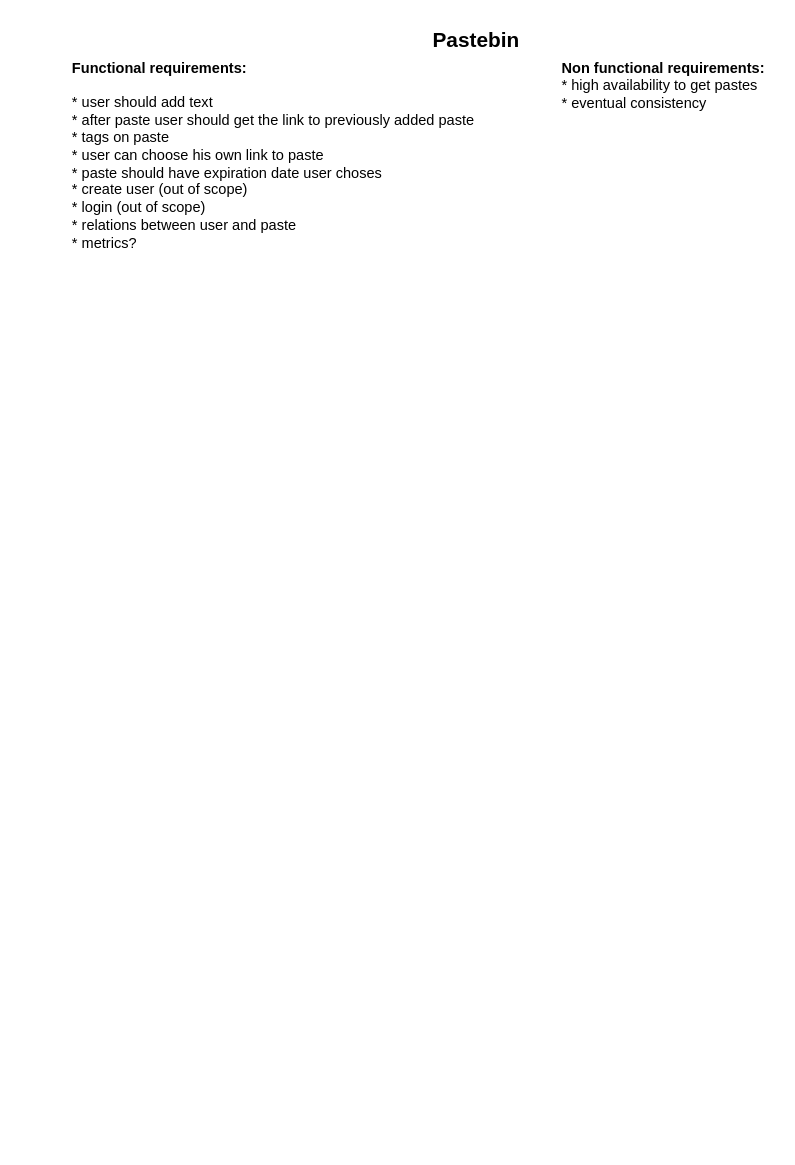
The draw.io diagram src/main/resources/systemDesign/drawio/Pastebin.drawio in yakovshmidt/algo-problems, before the edit. Source tidied: cells renumbered, new cells numbered last; positions are measured from the earlier drawing's top-left corner, leaving out a move shared by most shapes. Both pictures are drawn from the tidied source at 104%, with x=0, y=0 at pixel (59, 18).
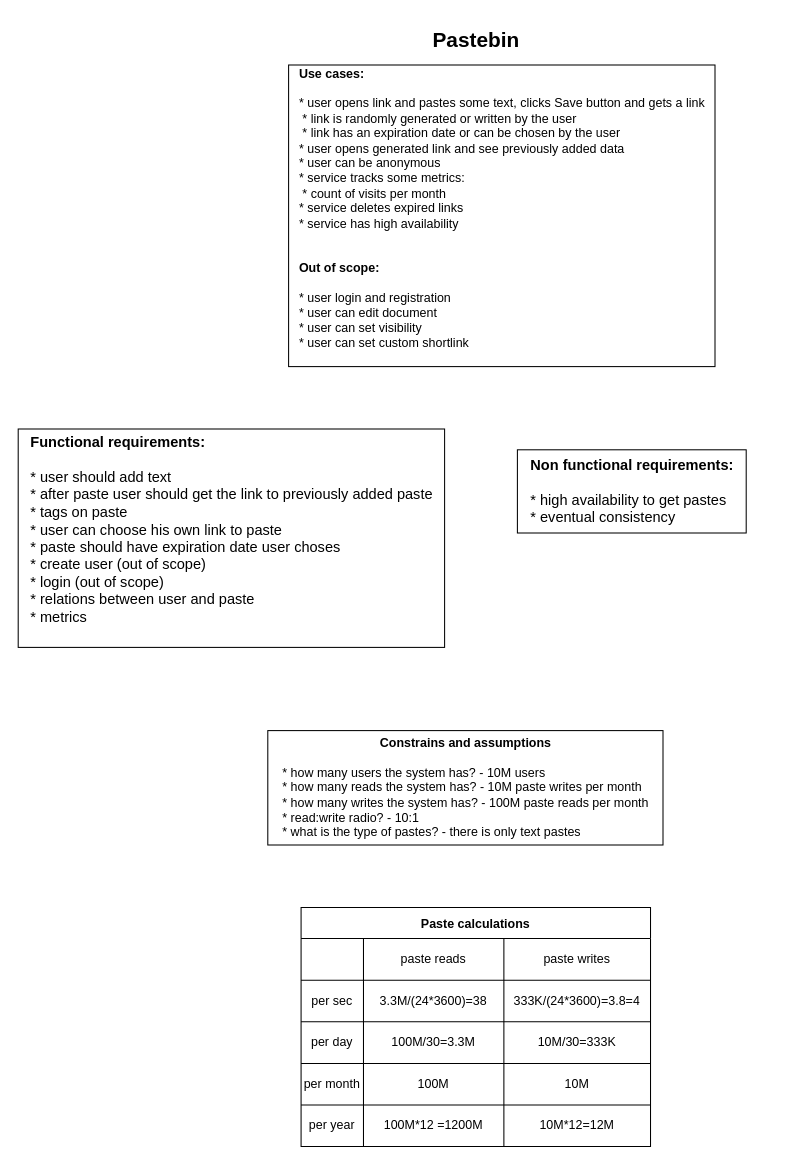
The same page after the edit.

Commit message:
feat: add capacity estimations

Change to the diagram source:
```diff
@@
-    <mxCell id="3" value="&lt;div style=&quot;text-align: left;&quot;&gt;&lt;b&gt;Functional requirements:&lt;/b&gt;&lt;/div&gt;&lt;br&gt;&lt;div style=&quot;text-align: left;&quot;&gt;* user should add text&lt;/div&gt;&lt;div style=&quot;text-align: left;&quot;&gt;* after paste user should get the link to previously added paste&lt;/div&gt;&lt;div style=&quot;text-align: left;&quot;&gt;* tags on paste&lt;/div&gt;&lt;div style=&quot;text-align: left;&quot;&gt;* user can choose his own link to paste&lt;/div&gt;&lt;div style=&quot;text-align: left;&quot;&gt;* paste should have expiration date user choses&lt;/div&gt;&lt;div style=&quot;text-align: left;&quot;&gt;* create user (out of scope)&lt;/div&gt;&lt;div style=&quot;text-align: left;&quot;&gt;* login (out of scope)&lt;/div&gt;&lt;div style=&quot;text-align: left;&quot;&gt;* relations between user and paste&lt;/div&gt;&lt;div style=&quot;text-align: left;&quot;&gt;* metrics?&lt;/div&gt;&lt;div style=&quot;text-align: left;&quot;&gt;&lt;br&gt;&lt;/div&gt;" style="text;html=1;align=center;verticalAlign=middle;strokeColor=none;fillColor=none;fontSize=14;" parent="1" vertex="1">
-      <mxGeometry y="35" width="410" height="210" as="geometry" />
+    <mxCell id="3" value="&lt;div style=&quot;text-align: left;&quot;&gt;&lt;b&gt;Functional requirements:&lt;/b&gt;&lt;/div&gt;&lt;br&gt;&lt;div style=&quot;text-align: left;&quot;&gt;* user should add text&lt;/div&gt;&lt;div style=&quot;text-align: left;&quot;&gt;* after paste user should get the link to previously added paste&lt;/div&gt;&lt;div style=&quot;text-align: left;&quot;&gt;* tags on paste&lt;/div&gt;&lt;div style=&quot;text-align: left;&quot;&gt;* user can choose his own link to paste&lt;/div&gt;&lt;div style=&quot;text-align: left;&quot;&gt;* paste should have expiration date user choses&lt;/div&gt;&lt;div style=&quot;text-align: left;&quot;&gt;* create user (out of scope)&lt;/div&gt;&lt;div style=&quot;text-align: left;&quot;&gt;* login (out of scope)&lt;/div&gt;&lt;div style=&quot;text-align: left;&quot;&gt;* relations between user and paste&lt;/div&gt;&lt;div style=&quot;text-align: left;&quot;&gt;* metrics&lt;/div&gt;&lt;div style=&quot;text-align: left;&quot;&gt;&lt;br&gt;&lt;/div&gt;" style="text;html=1;align=center;verticalAlign=middle;strokeColor=default;fillColor=default;fontSize=14;" parent="1" vertex="1">
+      <mxGeometry x="-40" y="395" width="410" height="210" as="geometry" />
     </mxCell>
-    <mxCell id="4" value="&lt;div style=&quot;text-align: left;&quot;&gt;&lt;b&gt;Non functional requirements:&lt;/b&gt;&lt;/div&gt;&lt;div style=&quot;text-align: left;&quot;&gt;* high availability to get pastes&lt;/div&gt;&lt;div style=&quot;text-align: left;&quot;&gt;* eventual consistency&lt;/div&gt;" style="text;html=1;align=center;verticalAlign=middle;strokeColor=none;fillColor=none;fontSize=14;" parent="1" vertex="1">
-      <mxGeometry x="470" y="35" width="220" height="60" as="geometry" />
+    <mxCell id="4" value="&lt;div style=&quot;text-align: left;&quot;&gt;&lt;b&gt;Non functional requirements:&lt;/b&gt;&lt;/div&gt;&lt;div style=&quot;text-align: left;&quot;&gt;&lt;b&gt;&lt;br&gt;&lt;/b&gt;&lt;/div&gt;&lt;div style=&quot;text-align: left;&quot;&gt;* high availability to get pastes&lt;/div&gt;&lt;div style=&quot;text-align: left;&quot;&gt;* eventual consistency&lt;/div&gt;" style="text;html=1;align=center;verticalAlign=middle;strokeColor=default;fillColor=default;fontSize=14;" parent="1" vertex="1">
+      <mxGeometry x="440" y="415" width="220" height="80" as="geometry" />
     </mxCell>
+    <mxCell id="5" value="&lt;div style=&quot;&quot;&gt;&lt;div style=&quot;&quot;&gt;&lt;div style=&quot;text-align: left;&quot;&gt;&lt;b&gt;Use cases:&lt;/b&gt;&lt;/div&gt;&lt;div style=&quot;text-align: left;&quot;&gt;&lt;br&gt;&lt;/div&gt;&lt;div style=&quot;&quot;&gt;&lt;div style=&quot;&quot;&gt;&lt;div style=&quot;text-align: left;&quot;&gt;* user opens link and pastes some text, clicks Save button and gets a link&lt;/div&gt;&lt;div style=&quot;text-align: left;&quot;&gt;&lt;span style=&quot;white-space: pre;&quot;&gt; * link is randomly generated or written by the user&lt;/span&gt;&lt;br&gt;&lt;/div&gt;&lt;div style=&quot;text-align: left;&quot;&gt;&lt;span style=&quot;white-space: pre;&quot;&gt;&lt;span style=&quot;white-space: pre;&quot;&gt; * link has an expiration date or can be &lt;/span&gt;chosen by the user&lt;/span&gt;&lt;/div&gt;&lt;div style=&quot;text-align: left;&quot;&gt;&lt;span style=&quot;white-space: pre;&quot;&gt;* user opens generated link and see previously added data&lt;/span&gt;&lt;/div&gt;&lt;div style=&quot;text-align: left;&quot;&gt;&lt;span style=&quot;white-space: pre;&quot;&gt;* user can be anonymous&lt;/span&gt; &lt;/div&gt;&lt;div style=&quot;text-align: left;&quot;&gt;&lt;span style=&quot;white-space: pre;&quot;&gt;* service tracks some metrics:&lt;/span&gt;&lt;/div&gt;&lt;div style=&quot;text-align: left;&quot;&gt;&lt;span style=&quot;white-space: pre;&quot;&gt; * count of visits per month&lt;/span&gt;&lt;br&gt;&lt;/div&gt;&lt;div style=&quot;text-align: left;&quot;&gt;&lt;span style=&quot;white-space: pre;&quot;&gt;* service deletes expired links&lt;/span&gt;&lt;/div&gt;&lt;div style=&quot;text-align: left;&quot;&gt;&lt;span style=&quot;white-space: pre;&quot;&gt;* service has high availability&lt;/span&gt;&lt;/div&gt;&lt;div style=&quot;text-align: left;&quot;&gt;&lt;span style=&quot;white-space: pre;&quot;&gt;&lt;br&gt;&lt;/span&gt;&lt;/div&gt;&lt;div style=&quot;text-align: left;&quot;&gt;&lt;span style=&quot;white-space: pre;&quot;&gt;&lt;br&gt;&lt;/span&gt;&lt;/div&gt;&lt;div style=&quot;text-align: left;&quot;&gt;&lt;span style=&quot;white-space: pre;&quot;&gt;&lt;b&gt;Out of scope:&lt;/b&gt;&lt;/span&gt;&lt;/div&gt;&lt;div style=&quot;text-align: left;&quot;&gt;&lt;span style=&quot;white-space: pre;&quot;&gt;&lt;br&gt;&lt;/span&gt;&lt;/div&gt;&lt;div style=&quot;text-align: left;&quot;&gt;&lt;span style=&quot;white-space: pre;&quot;&gt;* user login and registration&lt;/span&gt;&lt;/div&gt;&lt;div style=&quot;text-align: left;&quot;&gt;&lt;span style=&quot;white-space: pre;&quot;&gt;* user can edit document&lt;/span&gt;&lt;/div&gt;&lt;div style=&quot;text-align: left;&quot;&gt;&lt;span style=&quot;white-space: pre;&quot;&gt;* user can set visibility&lt;/span&gt;&lt;/div&gt;&lt;div style=&quot;text-align: left;&quot;&gt;&lt;span style=&quot;white-space: pre;&quot;&gt;* user can set custom shortlink&lt;/span&gt;&lt;/div&gt;&lt;div style=&quot;text-align: left;&quot;&gt;&lt;span style=&quot;white-space: pre;&quot;&gt;&lt;br&gt;&lt;/span&gt;&lt;/div&gt;&lt;/div&gt;&lt;/div&gt;&lt;/div&gt;&lt;/div&gt;" style="text;html=1;align=center;verticalAlign=middle;strokeColor=default;fillColor=default;shadow=0;sketch=0;rounded=0;glass=0;gradientColor=none;fillStyle=auto;" parent="1" vertex="1">
+      <mxGeometry x="220" y="45" width="410" height="290" as="geometry" />
+    </mxCell>
+    <mxCell id="6" value="&lt;b&gt;Constrains and assumptions&lt;/b&gt;&lt;br&gt;&lt;br&gt;&lt;div style=&quot;text-align: left;&quot;&gt;* how many users the system has? - 10M users&amp;nbsp;&lt;/div&gt;&lt;div style=&quot;text-align: left;&quot;&gt;* how many reads the system has? - 10M paste writes per month&lt;/div&gt;&lt;div style=&quot;text-align: left;&quot;&gt;* how many writes the system has? - 100M paste reads per month&lt;/div&gt;&lt;div style=&quot;text-align: left;&quot;&gt;* read:write radio? - 10:1&lt;/div&gt;&lt;div style=&quot;text-align: left;&quot;&gt;* what is the type of pastes? - there is only text pastes&lt;/div&gt;" style="text;html=1;align=center;verticalAlign=middle;strokeColor=default;fillColor=default;" parent="1" vertex="1">
+      <mxGeometry x="200" y="685" width="380" height="110" as="geometry" />
+    </mxCell>
+    <mxCell id="7" value="Paste calculations" style="shape=table;startSize=30;childLayout=tableLayout;fontStyle=1;align=center;rounded=0;shadow=0;glass=0;sketch=0;fillStyle=auto;strokeColor=default;fillColor=default;gradientColor=none;" parent="1" vertex="1">
+      <mxGeometry x="232" y="855" width="336" height="230" as="geometry" />
+    </mxCell>
+    <mxCell id="8" style="shape=tableRow;horizontal=0;startSize=0;swimlaneHead=0;swimlaneBody=0;top=0;left=0;bottom=0;right=0;fillColor=none;rounded=0;shadow=0;glass=0;sketch=0;fillStyle=auto;strokeColor=default;" parent="7" vertex="1">
+      <mxGeometry y="30" width="336" height="40" as="geometry" />
+    </mxCell>
+    <mxCell id="9" style="shape=partialRectangle;html=1;whiteSpace=wrap;fillColor=none;top=0;left=0;bottom=0;right=0;overflow=hidden;rounded=0;shadow=0;glass=0;sketch=0;fillStyle=auto;strokeColor=default;" parent="8" vertex="1">
+      <mxGeometry width="60" height="40" as="geometry" />
+    </mxCell>
+    <mxCell id="10" value="paste reads" style="shape=partialRectangle;html=1;whiteSpace=wrap;fillColor=none;top=0;left=0;bottom=0;right=0;overflow=hidden;rounded=0;shadow=0;glass=0;sketch=0;fillStyle=auto;strokeColor=default;" parent="8" vertex="1">
+      <mxGeometry x="60" width="135" height="40" as="geometry" />
+    </mxCell>
+    <mxCell id="11" value="paste writes" style="shape=partialRectangle;html=1;whiteSpace=wrap;fillColor=none;top=0;left=0;bottom=0;right=0;overflow=hidden;rounded=0;shadow=0;glass=0;sketch=0;fillStyle=auto;strokeColor=default;" parent="8" vertex="1">
+      <mxGeometry x="195" width="141" height="40" as="geometry" />
+    </mxCell>
+    <mxCell id="12" style="shape=tableRow;horizontal=0;startSize=0;swimlaneHead=0;swimlaneBody=0;top=0;left=0;bottom=0;right=0;fillColor=none;rounded=0;shadow=0;glass=0;sketch=0;fillStyle=auto;strokeColor=default;" parent="7" vertex="1">
+      <mxGeometry y="70" width="336" height="40" as="geometry" />
+    </mxCell>
+    <mxCell id="13" value="per sec" style="shape=partialRectangle;html=1;whiteSpace=wrap;fillColor=none;top=0;left=0;bottom=0;right=0;overflow=hidden;rounded=0;shadow=0;glass=0;sketch=0;fillStyle=auto;strokeColor=default;" parent="12" vertex="1">
+      <mxGeometry width="60" height="40" as="geometry" />
+    </mxCell>
+    <mxCell id="14" value="3.3M/(24*3600)=38" style="shape=partialRectangle;html=1;whiteSpace=wrap;fillColor=none;top=0;left=0;bottom=0;right=0;overflow=hidden;rounded=0;shadow=0;glass=0;sketch=0;fillStyle=auto;strokeColor=default;" parent="12" vertex="1">
+      <mxGeometry x="60" width="135" height="40" as="geometry" />
+    </mxCell>
+    <mxCell id="15" value="333K/(24*3600)=3.8=4" style="shape=partialRectangle;html=1;whiteSpace=wrap;fillColor=none;top=0;left=0;bottom=0;right=0;overflow=hidden;rounded=0;shadow=0;glass=0;sketch=0;fillStyle=auto;strokeColor=default;" parent="12" vertex="1">
+      <mxGeometry x="195" width="141" height="40" as="geometry" />
+    </mxCell>
+    <mxCell id="16" style="shape=tableRow;horizontal=0;startSize=0;swimlaneHead=0;swimlaneBody=0;top=0;left=0;bottom=0;right=0;fillColor=none;rounded=0;shadow=0;glass=0;sketch=0;fillStyle=auto;strokeColor=default;" parent="7" vertex="1">
+      <mxGeometry y="110" width="336" height="40" as="geometry" />
+    </mxCell>
+    <mxCell id="17" value="per day" style="shape=partialRectangle;html=1;whiteSpace=wrap;fillColor=none;top=0;left=0;bottom=0;right=0;overflow=hidden;rounded=0;shadow=0;glass=0;sketch=0;fillStyle=auto;strokeColor=default;" parent="16" vertex="1">
+      <mxGeometry width="60" height="40" as="geometry" />
+    </mxCell>
+    <mxCell id="18" value="100M/30=3.3M" style="shape=partialRectangle;html=1;whiteSpace=wrap;fillColor=none;top=0;left=0;bottom=0;right=0;overflow=hidden;rounded=0;shadow=0;glass=0;sketch=0;fillStyle=auto;strokeColor=default;" parent="16" vertex="1">
+      <mxGeometry x="60" width="135" height="40" as="geometry" />
+    </mxCell>
+    <mxCell id="19" value="10M/30=333K" style="shape=partialRectangle;html=1;whiteSpace=wrap;fillColor=none;top=0;left=0;bottom=0;right=0;overflow=hidden;rounded=0;shadow=0;glass=0;sketch=0;fillStyle=auto;strokeColor=default;" parent="16" vertex="1">
+      <mxGeometry x="195" width="141" height="40" as="geometry" />
+    </mxCell>
+    <mxCell id="20" style="shape=tableRow;horizontal=0;startSize=0;swimlaneHead=0;swimlaneBody=0;top=0;left=0;bottom=0;right=0;fillColor=none;rounded=0;shadow=0;glass=0;sketch=0;fillStyle=auto;strokeColor=default;" parent="7" vertex="1">
+      <mxGeometry y="150" width="336" height="40" as="geometry" />
+    </mxCell>
+    <mxCell id="21" value="per month" style="shape=partialRectangle;html=1;whiteSpace=wrap;fillColor=none;top=0;left=0;bottom=0;right=0;overflow=hidden;rounded=0;shadow=0;glass=0;sketch=0;fillStyle=auto;strokeColor=default;" parent="20" vertex="1">
+      <mxGeometry width="60" height="40" as="geometry" />
+    </mxCell>
+    <mxCell id="22" value="100M" style="shape=partialRectangle;html=1;whiteSpace=wrap;fillColor=none;top=0;left=0;bottom=0;right=0;overflow=hidden;rounded=0;shadow=0;glass=0;sketch=0;fillStyle=auto;strokeColor=default;" parent="20" vertex="1">
+      <mxGeometry x="60" width="135" height="40" as="geometry" />
+    </mxCell>
+    <mxCell id="23" value="10M" style="shape=partialRectangle;html=1;whiteSpace=wrap;fillColor=none;top=0;left=0;bottom=0;right=0;overflow=hidden;rounded=0;shadow=0;glass=0;sketch=0;fillStyle=auto;strokeColor=default;" parent="20" vertex="1">
+      <mxGeometry x="195" width="141" height="40" as="geometry" />
+    </mxCell>
+    <mxCell id="24" style="shape=tableRow;horizontal=0;startSize=0;swimlaneHead=0;swimlaneBody=0;top=0;left=0;bottom=0;right=0;fillColor=none;rounded=0;shadow=0;glass=0;sketch=0;fillStyle=auto;strokeColor=default;" parent="7" vertex="1">
+      <mxGeometry y="190" width="336" height="40" as="geometry" />
+    </mxCell>
+    <mxCell id="25" value="per year" style="shape=partialRectangle;html=1;whiteSpace=wrap;fillColor=none;top=0;left=0;bottom=0;right=0;overflow=hidden;rounded=0;shadow=0;glass=0;sketch=0;fillStyle=auto;strokeColor=default;" parent="24" vertex="1">
+      <mxGeometry width="60" height="40" as="geometry" />
+    </mxCell>
+    <mxCell id="26" value="100M*12 =1200M" style="shape=partialRectangle;html=1;whiteSpace=wrap;fillColor=none;top=0;left=0;bottom=0;right=0;overflow=hidden;rounded=0;shadow=0;glass=0;sketch=0;fillStyle=auto;strokeColor=default;" parent="24" vertex="1">
+      <mxGeometry x="60" width="135" height="40" as="geometry" />
+    </mxCell>
+    <mxCell id="27" value="10M*12=12M" style="shape=partialRectangle;html=1;whiteSpace=wrap;fillColor=none;top=0;left=0;bottom=0;right=0;overflow=hidden;rounded=0;shadow=0;glass=0;sketch=0;fillStyle=auto;strokeColor=default;" parent="24" vertex="1">
+      <mxGeometry x="195" width="141" height="40" as="geometry" />
+    </mxCell>
```
